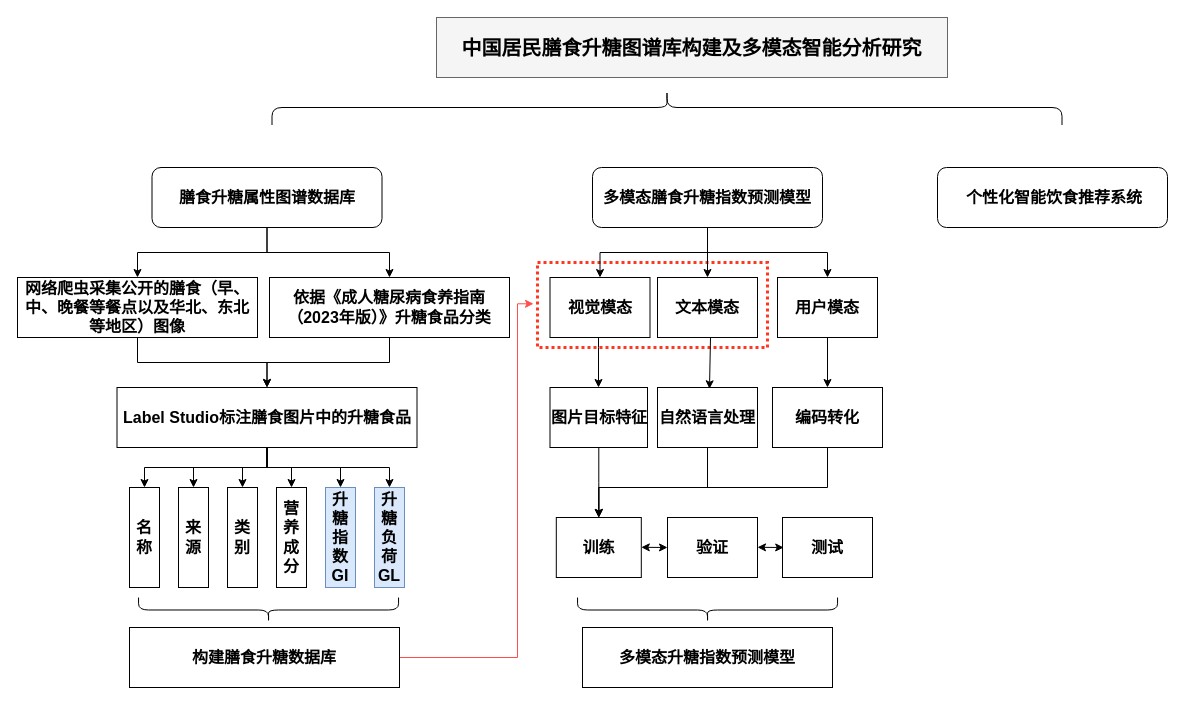
Before: 博创.drawio in zheng-oh/dragrams, a draw.io diagram. Source tidied: cells renumbered, new cells numbered last; positions are measured from the earlier drawing's top-left corner, leaving out a move shared by most shapes. Both pictures are drawn from the tidied source at 100%, with x=0, y=0 at pixel (17, -288).
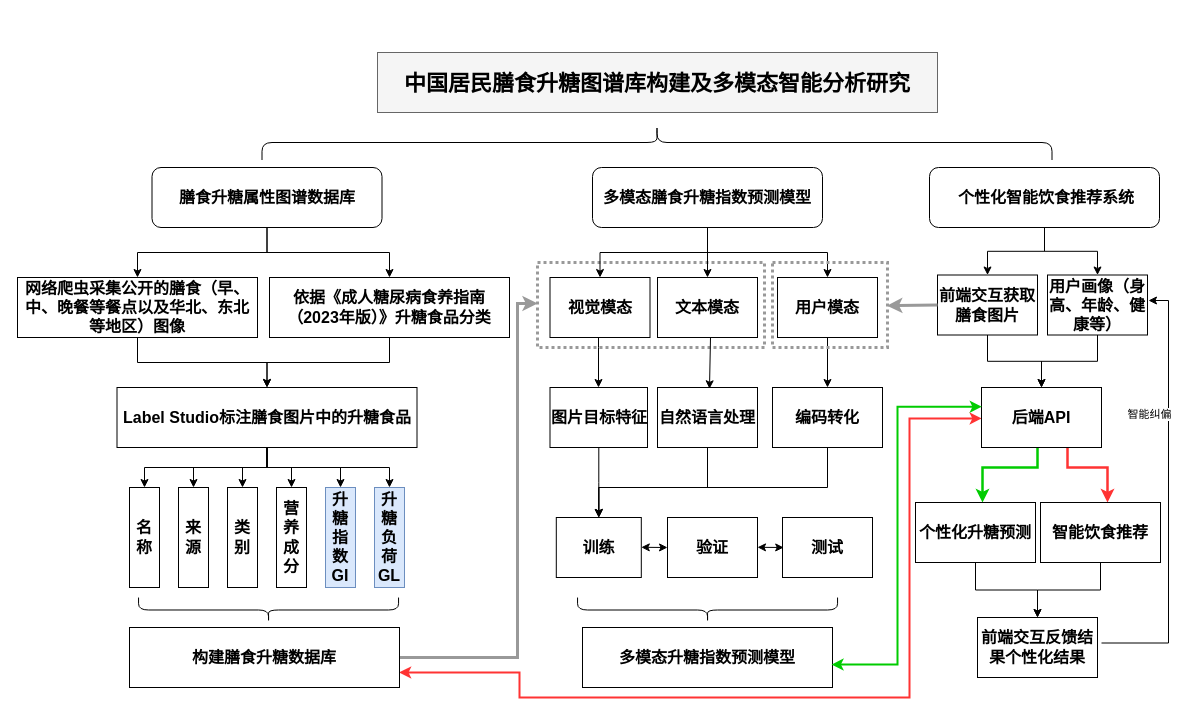
The same page after the edit.

The change refers to these unchanged cells:
```xml
<mxCell id="25" value="&lt;div style=&quot;text-align: start;&quot;&gt;&lt;font face=&quot;宋体&quot;&gt;&lt;span style=&quot;font-size: 16px;&quot;&gt;&lt;b&gt;构建膳食升糖数据库&lt;/b&gt;&lt;/span&gt;&lt;/font&gt;&lt;/div&gt;" style="rounded=0;whiteSpace=wrap;html=1;" parent="1" vertex="1">
  <mxGeometry x="112" y="915" width="270" height="60" as="geometry" />
</mxCell>
<mxCell id="46" value="&lt;p style=&quot;margin: 0pt 0pt 0.0001pt; vertical-align: baseline; font-size: 16px;&quot; class=&quot;MsoNormal&quot;&gt;&lt;font face=&quot;宋体&quot;&gt;&lt;b&gt;多模态升糖指数预测模型&lt;/b&gt;&lt;/font&gt;&lt;/p&gt;" style="rounded=0;whiteSpace=wrap;html=1;align=center;" parent="1" vertex="1">
  <mxGeometry x="565" y="915" width="250" height="60" as="geometry" />
</mxCell>
```

What changed in the source:
```diff
@@
-    <mxCell id="2" style="verticalLabelPosition=bottom;verticalAlign=top;html=1;shape=mxgraph.basic.rect;fillColor2=none;strokeWidth=3;size=20;indent=5;fillColor=none;dashed=1;dashPattern=1 1;strokeColor=#FF3721;perimeterSpacing=4;" parent="1" vertex="1">
-      <mxGeometry x="520" y="550" width="230" height="85" as="geometry" />
+    <mxCell id="2" style="verticalLabelPosition=bottom;verticalAlign=top;html=1;shape=mxgraph.basic.rect;fillColor2=none;strokeWidth=3;size=20;indent=5;fillColor=none;dashed=1;dashPattern=1 1;strokeColor=#999999;perimeterSpacing=4;" parent="1" vertex="1">
+      <mxGeometry x="520" y="550" width="227" height="85" as="geometry" />
     </mxCell>
-    <mxCell id="3" value="&lt;p class=&quot;MsoNormal&quot;&gt;&lt;span style=&quot;mso-spacerun:'yes';font-family:微软雅黑;color:rgb(0,0,0);&lt;br/&gt;font-size:10.5000pt;&quot;&gt;&lt;font face=&quot;微软雅黑&quot; style=&quot;font-size: 20px;&quot;&gt;&lt;b&gt;&lt;font style=&quot;font-size: 20px;&quot;&gt;中国居民膳食升糖图谱库构建及多模态&lt;/font&gt;智能分析研究&lt;/b&gt;&lt;/font&gt;&lt;/span&gt;&lt;/p&gt;" style="text;whiteSpace=wrap;html=1;fillColor=#f5f5f5;fontColor=#333333;strokeColor=#666666;align=center;" parent="1" vertex="1">
-      <mxGeometry x="419" y="305" width="511" height="60" as="geometry" />
+    <mxCell id="3" value="&lt;p class=&quot;MsoNormal&quot;&gt;&lt;span style=&quot;mso-spacerun:'yes';font-family:微软雅黑;color:rgb(0,0,0);&lt;br/&gt;font-size:10.5000pt;&quot;&gt;&lt;font face=&quot;微软雅黑&quot; style=&quot;font-size: 22px;&quot;&gt;&lt;b&gt;&lt;font style=&quot;font-size: 22px;&quot;&gt;中国居民膳食升糖图谱库构建及多模态&lt;/font&gt;智能分析研究&lt;/b&gt;&lt;/font&gt;&lt;/span&gt;&lt;/p&gt;" style="text;whiteSpace=wrap;html=1;fillColor=#f5f5f5;fontColor=#333333;strokeColor=#666666;align=center;" parent="1" vertex="1">
+      <mxGeometry x="360" y="340" width="560" height="60" as="geometry" />
     </mxCell>
@@
+    <mxCell id="52" style="edgeStyle=orthogonalEdgeStyle;rounded=0;jettySize=auto;html=1;" parent="1" edge="1" source="11" target="58">
+      <mxGeometry relative="1" as="geometry" />
+    </mxCell>
+    <mxCell id="53" style="edgeStyle=orthogonalEdgeStyle;rounded=0;jettySize=auto;html=1;" parent="1" edge="1" source="11" target="56">
+      <mxGeometry relative="1" as="geometry" />
+    </mxCell>
     <mxCell id="11" value="&lt;p style=&quot;font-size: medium; text-align: start; text-indent: 0pt; margin-left: 0pt;&quot; class=&quot;15&quot;&gt;&lt;b&gt;&lt;span style=&quot;font-family: &amp;quot;Times New Roman&amp;quot;; font-size: 12pt;&quot;&gt;&amp;nbsp;&lt;/span&gt;&lt;/b&gt;&lt;b&gt;&lt;span style=&quot;font-family: 宋体; font-size: 12pt;&quot;&gt;个性化智能饮食推荐系统&lt;/span&gt;&lt;/b&gt;&lt;/p&gt;" style="rounded=1;whiteSpace=wrap;html=1;" parent="1" vertex="1">
-      <mxGeometry x="920" y="455" width="230" height="60" as="geometry" />
+      <mxGeometry x="912" y="455" width="230" height="60" as="geometry" />
     </mxCell>
     <mxCell id="12" style="shape=curlyBracket;whiteSpace=wrap;html=1;rounded=1;labelPosition=left;verticalLabelPosition=middle;align=right;verticalAlign=middle;rotation=90;size=0.5;" parent="1" vertex="1">
-      <mxGeometry x="632" width="35" height="790" as="geometry" />
+      <mxGeometry x="622" y="35" width="35" height="790" as="geometry" />
     </mxCell>
@@
-    <mxCell id="24" style="edgeStyle=orthogonalEdgeStyle;rounded=0;jettySize=auto;html=1;entryX=0;entryY=0.487;entryDx=0;entryDy=0;entryPerimeter=0;strokeColor=#ff4d4d;" parent="1" edge="1" source="25" target="2">
+    <mxCell id="24" style="edgeStyle=orthogonalEdgeStyle;rounded=0;jettySize=auto;html=1;entryX=0.018;entryY=0.484;entryDx=0;entryDy=0;entryPerimeter=0;strokeColor=#999999;strokeWidth=3;" parent="1" edge="1" source="25" target="2">
       <mxGeometry relative="1" as="geometry">
         <Array as="points">
           <mxPoint x="500" y="945" />
           <mxPoint x="500" y="591" />
         </Array>
       </mxGeometry>
     </mxCell>
+    <mxCell id="54" style="edgeStyle=orthogonalEdgeStyle;rounded=0;jettySize=auto;html=1;exitX=1;exitY=0.75;exitDx=0;exitDy=0;strokeColor=#FF3333;strokeWidth=2;entryX=0.002;entryY=0.516;entryDx=0;entryDy=0;entryPerimeter=0;startArrow=classic;startFill=1;" parent="1" edge="1" target="61">
+      <mxGeometry relative="1" as="geometry">
+        <mxPoint x="381.6" y="960" as="sourcePoint" />
+        <Array as="points">
+          <mxPoint x="502" y="960" />
+          <mxPoint x="502" y="985" />
+          <mxPoint x="892" y="985" />
+          <mxPoint x="892" y="706" />
+        </Array>
+      </mxGeometry>
+    </mxCell>
@@
+    <mxCell id="55" style="edgeStyle=orthogonalEdgeStyle;rounded=0;jettySize=auto;html=1;entryX=0.5;entryY=0;entryDx=0;entryDy=0;" parent="1" edge="1" source="56" target="61">
+      <mxGeometry relative="1" as="geometry" />
+    </mxCell>
+    <mxCell id="56" value="&lt;p style=&quot;margin: 0pt 0pt 0.0001pt; vertical-align: baseline; font-size: 16px;&quot; class=&quot;MsoNormal&quot;&gt;&lt;font face=&quot;宋体&quot;&gt;&lt;b&gt;用户画像（身高、年龄、健康等）&lt;/b&gt;&lt;/font&gt;&lt;/p&gt;" style="rounded=0;whiteSpace=wrap;html=1;align=center;" parent="1" vertex="1">
+      <mxGeometry x="1030" y="562.5" width="100" height="60" as="geometry" />
+    </mxCell>
+    <mxCell id="57" style="edgeStyle=orthogonalEdgeStyle;rounded=0;jettySize=auto;html=1;entryX=0.5;entryY=0;entryDx=0;entryDy=0;" parent="1" edge="1" source="58" target="61">
+      <mxGeometry relative="1" as="geometry" />
+    </mxCell>
+    <mxCell id="58" value="&lt;p style=&quot;margin: 0pt 0pt 0.0001pt; vertical-align: baseline; font-size: 16px;&quot; class=&quot;MsoNormal&quot;&gt;&lt;font face=&quot;宋体&quot;&gt;&lt;b&gt;前端交互获取膳食图片&lt;/b&gt;&lt;/font&gt;&lt;/p&gt;" style="rounded=0;whiteSpace=wrap;html=1;align=center;" parent="1" vertex="1">
+      <mxGeometry x="920" y="562.5" width="100" height="60" as="geometry" />
+    </mxCell>
+    <mxCell id="59" style="edgeStyle=orthogonalEdgeStyle;rounded=0;jettySize=auto;html=1;strokeColor=#00CC00;strokeWidth=2.5;" parent="1" edge="1" source="61" target="64">
+      <mxGeometry relative="1" as="geometry">
+        <Array as="points">
+          <mxPoint x="1020" y="755" />
+          <mxPoint x="965" y="755" />
+        </Array>
+      </mxGeometry>
+    </mxCell>
+    <mxCell id="60" style="edgeStyle=orthogonalEdgeStyle;rounded=0;jettySize=auto;html=1;strokeColor=#FF3333;strokeWidth=2.5;" parent="1" edge="1" source="61" target="66">
+      <mxGeometry relative="1" as="geometry">
+        <Array as="points">
+          <mxPoint x="1050" y="755" />
+          <mxPoint x="1090" y="755" />
+        </Array>
+      </mxGeometry>
+    </mxCell>
+    <mxCell id="61" value="&lt;p style=&quot;margin: 0pt 0pt 0.0001pt; vertical-align: baseline; font-size: 16px;&quot; class=&quot;MsoNormal&quot;&gt;&lt;font face=&quot;宋体&quot;&gt;&lt;b&gt;后端API&lt;/b&gt;&lt;/font&gt;&lt;/p&gt;" style="rounded=0;whiteSpace=wrap;html=1;align=center;" parent="1" vertex="1">
+      <mxGeometry x="964" y="675" width="120" height="60" as="geometry" />
+    </mxCell>
+    <mxCell id="62" style="edgeStyle=orthogonalEdgeStyle;rounded=0;jettySize=auto;html=1;entryX=0.996;entryY=0.617;entryDx=0;entryDy=0;entryPerimeter=0;startArrow=classic;startFill=1;strokeWidth=2;strokeColor=#00CC00;exitX=0.003;exitY=0.32;exitDx=0;exitDy=0;exitPerimeter=0;" parent="1" edge="1" source="61" target="46">
+      <mxGeometry relative="1" as="geometry">
+        <Array as="points">
+          <mxPoint x="880" y="694" />
+          <mxPoint x="880" y="952" />
+        </Array>
+      </mxGeometry>
+    </mxCell>
+    <mxCell id="63" style="edgeStyle=orthogonalEdgeStyle;rounded=0;jettySize=auto;html=1;" parent="1" edge="1" source="64" target="71">
+      <mxGeometry relative="1" as="geometry" />
+    </mxCell>
+    <mxCell id="64" value="&lt;p style=&quot;margin: 0pt 0pt 0.0001pt; vertical-align: baseline; font-size: 16px;&quot; class=&quot;MsoNormal&quot;&gt;&lt;font face=&quot;宋体&quot;&gt;&lt;b&gt;个性化升糖预测&lt;/b&gt;&lt;/font&gt;&lt;/p&gt;" style="rounded=0;whiteSpace=wrap;html=1;align=center;" parent="1" vertex="1">
+      <mxGeometry x="898" y="790" width="120" height="60" as="geometry" />
+    </mxCell>
+    <mxCell id="65" style="edgeStyle=orthogonalEdgeStyle;rounded=0;jettySize=auto;html=1;entryX=0.5;entryY=0;entryDx=0;entryDy=0;" parent="1" edge="1" source="66" target="71">
+      <mxGeometry relative="1" as="geometry" />
+    </mxCell>
+    <mxCell id="66" value="&lt;p style=&quot;margin: 0pt 0pt 0.0001pt; vertical-align: baseline; font-size: 16px;&quot; class=&quot;MsoNormal&quot;&gt;&lt;font face=&quot;宋体&quot;&gt;&lt;b&gt;智能饮食推荐&lt;/b&gt;&lt;/font&gt;&lt;/p&gt;" style="rounded=0;whiteSpace=wrap;html=1;align=center;" parent="1" vertex="1">
+      <mxGeometry x="1023" y="790" width="120" height="60" as="geometry" />
+    </mxCell>
+    <mxCell id="67" style="edgeStyle=orthogonalEdgeStyle;rounded=0;jettySize=auto;html=1;entryX=0.964;entryY=0.507;entryDx=0;entryDy=0;startArrow=none;startFill=0;strokeWidth=3;strokeColor=#999999;exitX=0;exitY=0.5;exitDx=0;exitDy=0;entryPerimeter=0;" parent="1" edge="1" source="58" target="68">
+      <mxGeometry relative="1" as="geometry">
+        <Array as="points">
+          <mxPoint x="920" y="593" />
+        </Array>
+      </mxGeometry>
+    </mxCell>
+    <mxCell id="68" style="verticalLabelPosition=bottom;verticalAlign=top;html=1;shape=mxgraph.basic.rect;fillColor2=none;strokeWidth=3;size=20;indent=5;fillColor=none;dashed=1;dashPattern=1 1;strokeColor=#999999;perimeterSpacing=4;" parent="1" vertex="1">
+      <mxGeometry x="755" y="550" width="115" height="85" as="geometry" />
+    </mxCell>
+    <mxCell id="69" style="edgeStyle=orthogonalEdgeStyle;rounded=0;orthogonalLoop=1;jettySize=auto;html=1;entryX=1;entryY=0.5;entryDx=0;entryDy=0;" parent="1" edge="1">
+      <mxGeometry relative="1" as="geometry">
+        <mxPoint x="1084" y="930.5" as="sourcePoint" />
+        <mxPoint x="1131" y="588" as="targetPoint" />
+        <Array as="points">
+          <mxPoint x="1151" y="930.5" />
+          <mxPoint x="1151" y="588.5" />
+        </Array>
+      </mxGeometry>
+    </mxCell>
+    <mxCell id="70" value="智能纠偏" style="edgeLabel;html=1;align=center;verticalAlign=middle;rotation=0;" parent="69" vertex="1">
+      <mxGeometry x="0.44" y="1" relative="1" as="geometry">
+        <mxPoint x="-19" y="13" as="offset" />
+      </mxGeometry>
+    </mxCell>
+    <mxCell id="71" value="&lt;p style=&quot;margin: 0pt 0pt 0.0001pt; vertical-align: baseline; font-size: 16px;&quot; class=&quot;MsoNormal&quot;&gt;&lt;font face=&quot;宋体&quot;&gt;&lt;b&gt;前端交互反馈结果个性化结果&lt;/b&gt;&lt;/font&gt;&lt;/p&gt;" style="rounded=0;whiteSpace=wrap;html=1;align=center;" parent="1" vertex="1">
+      <mxGeometry x="960" y="905" width="120" height="60" as="geometry" />
+    </mxCell>
```
